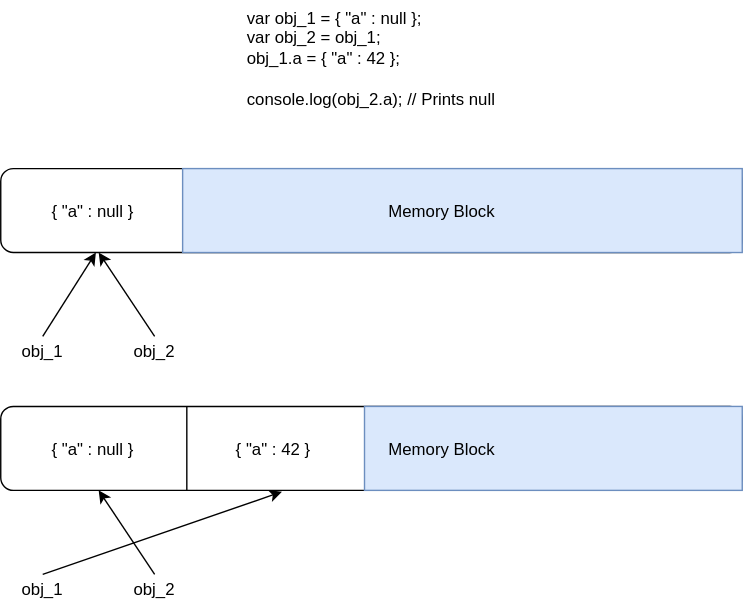
This is images/swap_1.svg from forrestbthomas/blog, a draw.io export, as it was before one commit. Source tidied: cells renumbered, new cells last; positions are measured from the earlier drawing's top-left corner, leaving out a move shared by most shapes. Its diagram source:
```xml
<mxGraphModel background="#ffffff">
  <root>
    <mxCell id="0" />
    <mxCell id="1" parent="0" />
    <mxCell id="2" style="rounded=1;whiteSpace=wrap;html=1;fillColor=#ffffff;strokeColor=#000000;" parent="1" vertex="1">
      <mxGeometry y="120" width="530" height="60" as="geometry" />
    </mxCell>
    <mxCell id="3" style="endArrow=none;html=1;entryX=0.5;entryY=0;exitX=0.5;exitY=1;" parent="1" edge="1" source="2" target="2">
      <mxGeometry relative="1" as="geometry" />
    </mxCell>
    <mxCell id="4" style="endArrow=none;html=1;entryX=0.75;entryY=0;exitX=0.75;exitY=1;" parent="1" edge="1" source="2" target="2">
      <mxGeometry relative="1" as="geometry" />
    </mxCell>
    <mxCell id="5" style="endArrow=none;html=1;entryX=0.25;entryY=0;" parent="1" edge="1" target="2">
      <mxGeometry relative="1" as="geometry">
        <mxPoint x="133" y="180" as="sourcePoint" />
      </mxGeometry>
    </mxCell>
    <mxCell id="6" value="{ &quot;a&quot; : null }" style="text;html=1;strokeColor=none;fillColor=none;align=center;verticalAlign=middle;whiteSpace=wrap;rounded=0;" parent="1" vertex="1">
      <mxGeometry x="30" y="140" width="70" height="20" as="geometry" />
    </mxCell>
    <mxCell id="7" value="obj_1" style="text;html=1;strokeColor=none;fillColor=none;align=center;verticalAlign=middle;whiteSpace=wrap;rounded=0;" parent="1" vertex="1">
      <mxGeometry x="10" y="240" width="40" height="20" as="geometry" />
    </mxCell>
    <mxCell id="8" value="obj_2" style="text;html=1;strokeColor=none;fillColor=none;align=center;verticalAlign=middle;whiteSpace=wrap;rounded=0;" parent="1" vertex="1">
      <mxGeometry x="90" y="240" width="40" height="20" as="geometry" />
    </mxCell>
    <mxCell id="9" style="endArrow=classic;html=1;entryX=0.128;entryY=1;entryPerimeter=0;exitX=0.5;exitY=0;" parent="1" edge="1" source="7" target="2">
      <mxGeometry relative="1" as="geometry" />
    </mxCell>
    <mxCell id="10" style="endArrow=classic;html=1;exitX=0.5;exitY=0;" parent="1" edge="1" source="8">
      <mxGeometry relative="1" as="geometry">
        <mxPoint x="70" y="180" as="targetPoint" />
      </mxGeometry>
    </mxCell>
    <mxCell id="11" style="rounded=1;whiteSpace=wrap;html=1;" parent="1" vertex="1">
      <mxGeometry y="290" width="530" height="60" as="geometry" />
    </mxCell>
    <mxCell id="12" style="endArrow=none;html=1;entryX=0.5;entryY=0;exitX=0.5;exitY=1;" parent="1" edge="1" source="11" target="11">
      <mxGeometry relative="1" as="geometry" />
    </mxCell>
    <mxCell id="13" style="endArrow=none;html=1;entryX=0.75;entryY=0;exitX=0.75;exitY=1;" parent="1" edge="1" source="11" target="11">
      <mxGeometry relative="1" as="geometry" />
    </mxCell>
    <mxCell id="14" style="endArrow=none;html=1;entryX=0.25;entryY=0;" parent="1" edge="1" target="11">
      <mxGeometry relative="1" as="geometry">
        <mxPoint x="133" y="350" as="sourcePoint" />
      </mxGeometry>
    </mxCell>
    <mxCell id="15" value="{ &quot;a&quot; : null }" style="text;html=1;strokeColor=none;fillColor=none;align=center;verticalAlign=middle;whiteSpace=wrap;rounded=0;" parent="1" vertex="1">
      <mxGeometry x="30" y="310" width="70" height="20" as="geometry" />
    </mxCell>
    <mxCell id="16" value="obj_1" style="text;html=1;strokeColor=none;fillColor=none;align=center;verticalAlign=middle;whiteSpace=wrap;rounded=0;" parent="1" vertex="1">
      <mxGeometry x="10" y="410" width="40" height="20" as="geometry" />
    </mxCell>
    <mxCell id="17" value="obj_2" style="text;html=1;strokeColor=none;fillColor=none;align=center;verticalAlign=middle;whiteSpace=wrap;rounded=0;" parent="1" vertex="1">
      <mxGeometry x="90" y="410" width="40" height="20" as="geometry" />
    </mxCell>
    <mxCell id="18" style="endArrow=classic;html=1;exitX=0.5;exitY=0;entryX=0.379;entryY=1.017;entryPerimeter=0;" parent="1" edge="1" source="16" target="11">
      <mxGeometry relative="1" as="geometry" />
    </mxCell>
    <mxCell id="19" style="endArrow=classic;html=1;exitX=0.5;exitY=0;" parent="1" edge="1" source="17">
      <mxGeometry relative="1" as="geometry">
        <mxPoint x="70" y="350" as="targetPoint" />
      </mxGeometry>
    </mxCell>
    <mxCell id="20" value="&lt;div style=&quot;text-align: left&quot;&gt;&lt;span&gt;var obj_1 = { &quot;a&quot; : null };&lt;/span&gt;&lt;/div&gt;&lt;div style=&quot;text-align: left&quot;&gt;&lt;span&gt;var obj_2 = obj_1;&lt;/span&gt;&lt;/div&gt;&lt;div style=&quot;text-align: left&quot;&gt;&lt;span&gt;obj_1.a = { &quot;a&quot; : 42 };&lt;/span&gt;&lt;/div&gt;&lt;div style=&quot;text-align: left&quot;&gt;&lt;br&gt;&lt;/div&gt;&lt;div style=&quot;text-align: left&quot;&gt;console.log(obj_2.a); // Prints null&lt;/div&gt;" style="text;html=1;strokeColor=none;fillColor=none;align=center;verticalAlign=middle;whiteSpace=wrap;rounded=0;" parent="1" vertex="1">
      <mxGeometry x="145" width="240" height="80" as="geometry" />
    </mxCell>
    <mxCell id="21" style="rounded=0;whiteSpace=wrap;html=1;fillColor=#dae8fc;strokeColor=#6c8ebf;" parent="1" vertex="1">
      <mxGeometry x="130" y="120" width="400" height="60" as="geometry" />
    </mxCell>
    <mxCell id="22" style="rounded=0;whiteSpace=wrap;html=1;fillColor=#dae8fc;strokeColor=#6c8ebf;" parent="1" vertex="1">
      <mxGeometry x="260" y="290" width="270" height="60" as="geometry" />
    </mxCell>
    <mxCell id="23" value="Memory Block" style="text;html=1;strokeColor=none;fillColor=none;align=center;verticalAlign=middle;whiteSpace=wrap;rounded=0;" parent="1" vertex="1">
      <mxGeometry x="248" y="140" width="135" height="20" as="geometry" />
    </mxCell>
    <mxCell id="24" value="Memory Block" style="text;html=1;strokeColor=none;fillColor=none;align=center;verticalAlign=middle;whiteSpace=wrap;rounded=0;" parent="1" vertex="1">
      <mxGeometry x="248" y="310" width="135" height="20" as="geometry" />
    </mxCell>
    <mxCell id="25" value="{ &quot;a&quot; : 42 }" style="text;html=1;strokeColor=none;fillColor=none;align=center;verticalAlign=middle;whiteSpace=wrap;rounded=0;" parent="1" vertex="1">
      <mxGeometry x="160" y="310" width="70" height="20" as="geometry" />
    </mxCell>
  </root>
</mxGraphModel>
```
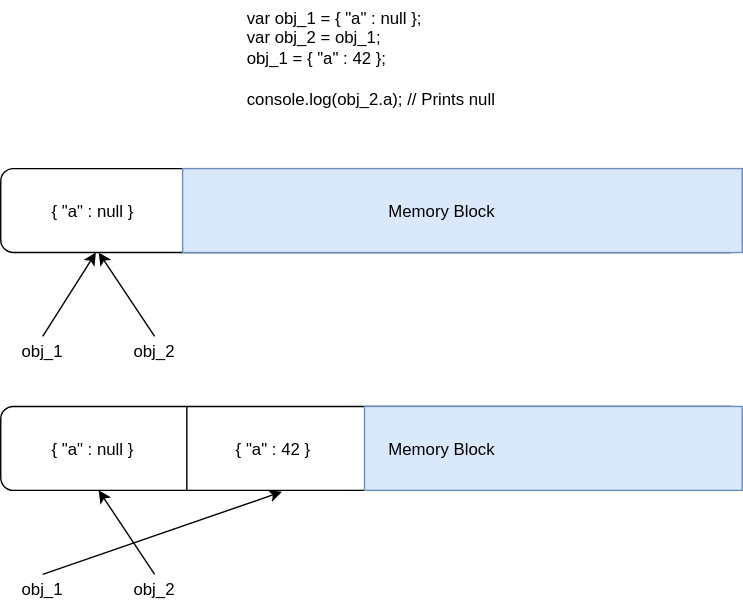
After the change.

Change to the diagram source:
```diff
@@ -1,4 +1,4 @@
-<mxGraphModel background="#ffffff">
+<mxGraphModel>
   <root>
     <mxCell id="0" />
     <mxCell id="1" parent="0" />
@@ -64,7 +64,7 @@
         <mxPoint x="70" y="350" as="targetPoint" />
       </mxGeometry>
     </mxCell>
-    <mxCell id="20" value="&lt;div style=&quot;text-align: left&quot;&gt;&lt;span&gt;var obj_1 = { &quot;a&quot; : null };&lt;/span&gt;&lt;/div&gt;&lt;div style=&quot;text-align: left&quot;&gt;&lt;span&gt;var obj_2 = obj_1;&lt;/span&gt;&lt;/div&gt;&lt;div style=&quot;text-align: left&quot;&gt;&lt;span&gt;obj_1.a = { &quot;a&quot; : 42 };&lt;/span&gt;&lt;/div&gt;&lt;div style=&quot;text-align: left&quot;&gt;&lt;br&gt;&lt;/div&gt;&lt;div style=&quot;text-align: left&quot;&gt;console.log(obj_2.a); // Prints null&lt;/div&gt;" style="text;html=1;strokeColor=none;fillColor=none;align=center;verticalAlign=middle;whiteSpace=wrap;rounded=0;" parent="1" vertex="1">
+    <mxCell id="20" value="&lt;div style=&quot;text-align: left&quot;&gt;&lt;span&gt;var obj_1 = { &quot;a&quot; : null };&lt;/span&gt;&lt;/div&gt;&lt;div style=&quot;text-align: left&quot;&gt;&lt;span&gt;var obj_2 = obj_1;&lt;/span&gt;&lt;/div&gt;&lt;div style=&quot;text-align: left&quot;&gt;&lt;span&gt;obj_1 = { &quot;a&quot; : 42 };&lt;/span&gt;&lt;/div&gt;&lt;div style=&quot;text-align: left&quot;&gt;&lt;br&gt;&lt;/div&gt;&lt;div style=&quot;text-align: left&quot;&gt;console.log(obj_2.a); // Prints null&lt;/div&gt;" style="text;html=1;strokeColor=none;fillColor=none;align=center;verticalAlign=middle;whiteSpace=wrap;rounded=0;" parent="1" vertex="1">
       <mxGeometry x="145" width="240" height="80" as="geometry" />
     </mxCell>
     <mxCell id="21" style="rounded=0;whiteSpace=wrap;html=1;fillColor=#dae8fc;strokeColor=#6c8ebf;" parent="1" vertex="1">
```
